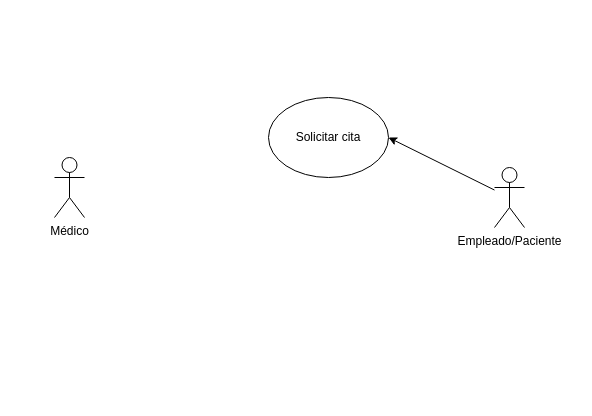
ElJason/Draw_Diagramas keeps this draw.io diagram as page "CasosUso" (1 of 4) of ProyectoING.Softwarell/CasosdeUso.drawio. Above is the earlier version. Source tidied: cells renumbered, new cells numbered last; positions are measured from the earlier drawing's top-left corner, leaving out a move shared by most shapes. Both pictures are drawn from the tidied source at 100%, with x=0, y=0 at pixel (54, 97).
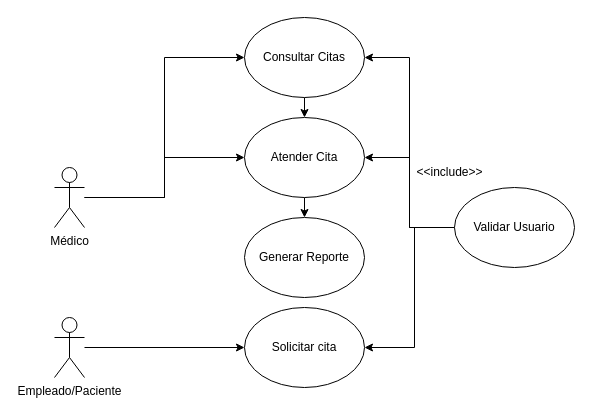
The same diagram, later.

Change to the diagram source:
```diff
@@
 <mxGraphModel>
   <root>
     <mxCell id="0" />
     <mxCell id="1" parent="0" />
+    <mxCell id="6" style="edgeStyle=orthogonalEdgeStyle;rounded=0;jettySize=auto;html=1;entryX=0;entryY=0.5;entryDx=0;entryDy=0;" parent="1" edge="1" source="2" target="13">
+      <mxGeometry relative="1" as="geometry" />
+    </mxCell>
+    <mxCell id="7" style="edgeStyle=orthogonalEdgeStyle;rounded=0;jettySize=auto;html=1;" parent="1" edge="1" source="2" target="15">
+      <mxGeometry relative="1" as="geometry" />
+    </mxCell>
     <mxCell id="2" value="Médico" style="shape=umlActor;verticalLabelPosition=bottom;verticalAlign=top;html=1;outlineConnect=0;" parent="1" vertex="1">
-      <mxGeometry y="60" width="30" height="60" as="geometry" />
+      <mxGeometry y="70" width="30" height="60" as="geometry" />
     </mxCell>
     <mxCell id="3" value="Empleado/Paciente" style="shape=umlActor;verticalLabelPosition=bottom;verticalAlign=top;html=1;outlineConnect=0;" parent="1" vertex="1">
-      <mxGeometry x="440" y="70" width="30" height="60" as="geometry" />
+      <mxGeometry y="220" width="30" height="60" as="geometry" />
     </mxCell>
     <mxCell id="4" value="Solicitar cita" style="ellipse;whiteSpace=wrap;html=1;" parent="1" vertex="1">
-      <mxGeometry x="214" width="120" height="80" as="geometry" />
+      <mxGeometry x="190" y="210" width="120" height="80" as="geometry" />
     </mxCell>
-    <mxCell id="5" style="endArrow=classic;html=1;rounded=0;entryX=1;entryY=0.5;entryDx=0;entryDy=0;" parent="1" edge="1" source="3" target="4">
+    <mxCell id="5" style="endArrow=classic;html=1;rounded=0;entryX=0;entryY=0.5;entryDx=0;entryDy=0;" parent="1" edge="1" source="3" target="4">
       <mxGeometry relative="1" as="geometry" />
     </mxCell>
+    <mxCell id="8" style="edgeStyle=orthogonalEdgeStyle;rounded=0;jettySize=auto;html=1;exitX=0;exitY=0.5;exitDx=0;exitDy=0;entryX=1;entryY=0.5;entryDx=0;entryDy=0;" parent="1" edge="1" source="11" target="4">
+      <mxGeometry relative="1" as="geometry">
+        <Array as="points">
+          <mxPoint x="360" y="130" />
+          <mxPoint x="360" y="250" />
+        </Array>
+      </mxGeometry>
+    </mxCell>
+    <mxCell id="9" style="edgeStyle=orthogonalEdgeStyle;rounded=0;jettySize=auto;html=1;exitX=0;exitY=0.5;exitDx=0;exitDy=0;entryX=1;entryY=0.5;entryDx=0;entryDy=0;" parent="1" edge="1" source="11" target="13">
+      <mxGeometry relative="1" as="geometry" />
+    </mxCell>
+    <mxCell id="10" style="edgeStyle=orthogonalEdgeStyle;rounded=0;jettySize=auto;html=1;exitX=0;exitY=0.5;exitDx=0;exitDy=0;" parent="1" edge="1" source="11" target="15">
+      <mxGeometry relative="1" as="geometry" />
+    </mxCell>
+    <mxCell id="11" value="Validar Usuario" style="ellipse;whiteSpace=wrap;html=1;" parent="1" vertex="1">
+      <mxGeometry x="400" y="90" width="120" height="80" as="geometry" />
+    </mxCell>
+    <mxCell id="12" style="edgeStyle=orthogonalEdgeStyle;rounded=0;jettySize=auto;html=1;exitX=0.5;exitY=1;exitDx=0;exitDy=0;entryX=0.5;entryY=0;entryDx=0;entryDy=0;" parent="1" edge="1" source="13" target="15">
+      <mxGeometry relative="1" as="geometry" />
+    </mxCell>
+    <mxCell id="13" value="Consultar Citas" style="ellipse;whiteSpace=wrap;html=1;" parent="1" vertex="1">
+      <mxGeometry x="190" y="-80" width="120" height="80" as="geometry" />
+    </mxCell>
+    <mxCell id="14" style="edgeStyle=orthogonalEdgeStyle;rounded=0;jettySize=auto;html=1;exitX=0.5;exitY=1;exitDx=0;exitDy=0;entryX=0.5;entryY=0;entryDx=0;entryDy=0;" parent="1" edge="1" source="15" target="16">
+      <mxGeometry relative="1" as="geometry" />
+    </mxCell>
+    <mxCell id="15" value="Atender Cita" style="ellipse;whiteSpace=wrap;html=1;" parent="1" vertex="1">
+      <mxGeometry x="190" y="20" width="120" height="80" as="geometry" />
+    </mxCell>
+    <mxCell id="16" value="Generar Reporte" style="ellipse;whiteSpace=wrap;html=1;" parent="1" vertex="1">
+      <mxGeometry x="190" y="120" width="120" height="80" as="geometry" />
+    </mxCell>
+    <mxCell id="17" value="&amp;lt;&amp;lt;include&amp;gt;&amp;gt;" style="text;html=1;align=center;verticalAlign=middle;strokeColor=none;fillColor=none;" parent="1" vertex="1">
+      <mxGeometry x="350" y="60" width="90" height="30" as="geometry" />
+    </mxCell>
   </root>
 </mxGraphModel>
```
